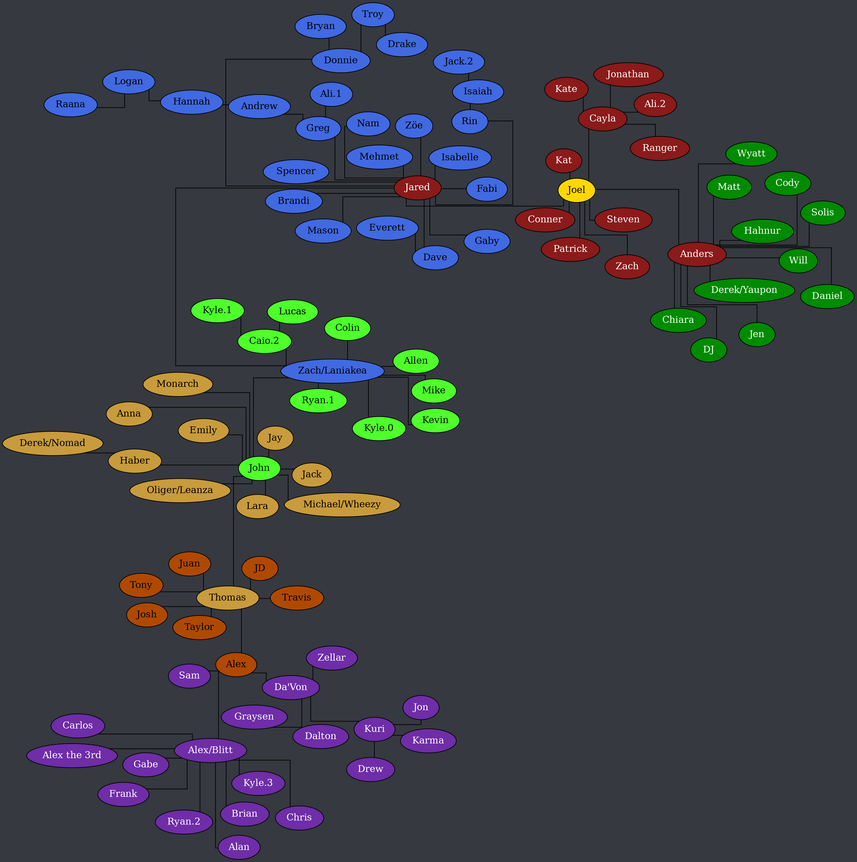
The Graphviz diagram tree.png in Documidas/CoronaCatzFamilyTree, before a commit. Its source is kept beside it as tree.dot.
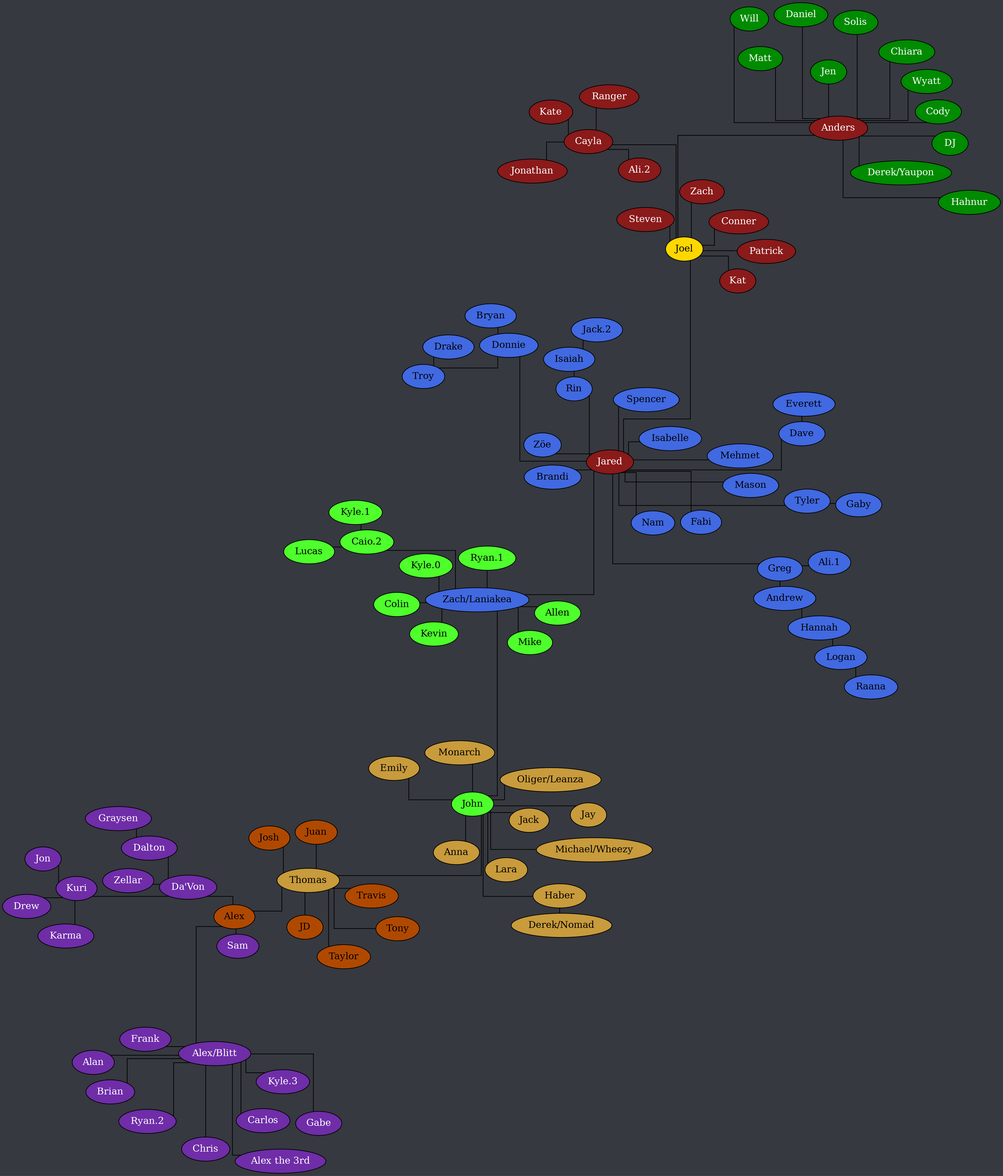
The same diagram one commit later.

Diff of the diagram source:
```diff
@@ -60,7 +60,7 @@
 		Jared -- Dave;
 		Jared -- Donnie;
 		Jared -- Fabi;
-		Jared -- Gaby;
+		Jared -- Tyler;
 		Jared -- Greg;
 		Jared -- Isabelle;
 		Jared -- Mason;
@@ -73,6 +73,7 @@
 		Logan -- Raana;
 		Rin -- Isaiah;
 		Troy -- Drake;
+		Tyler -- Gaby;
 	}
 
 	subgraph "Zach/Laniakea" {
```
